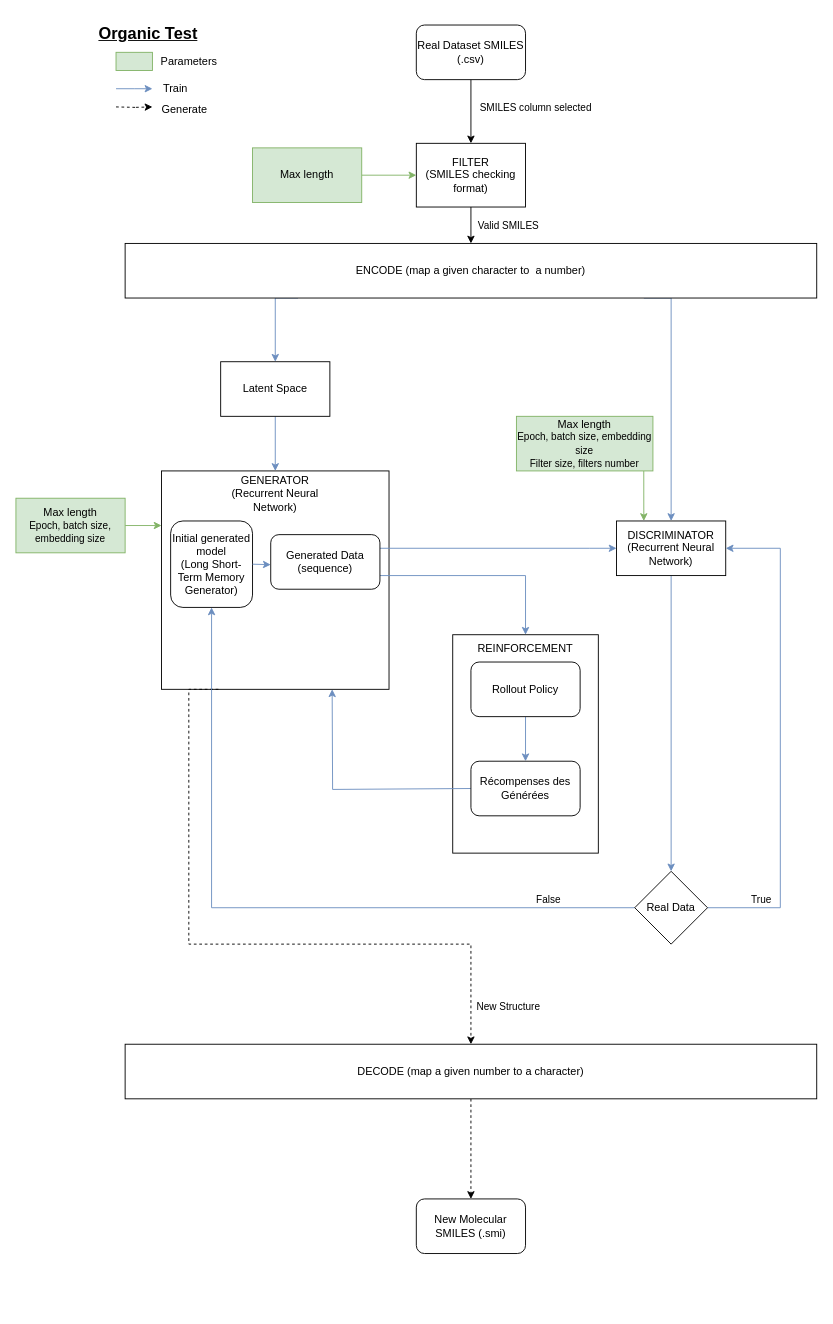
tahiri-lab/QSAR keeps this draw.io diagram as GAN.drawio. Above is the earlier version. Source tidied: cells renumbered, new cells numbered last; positions are measured from the earlier drawing's top-left corner, leaving out a move shared by most shapes. Both pictures are drawn from the tidied source at 91%, with x=0, y=0 at pixel (15, 15).
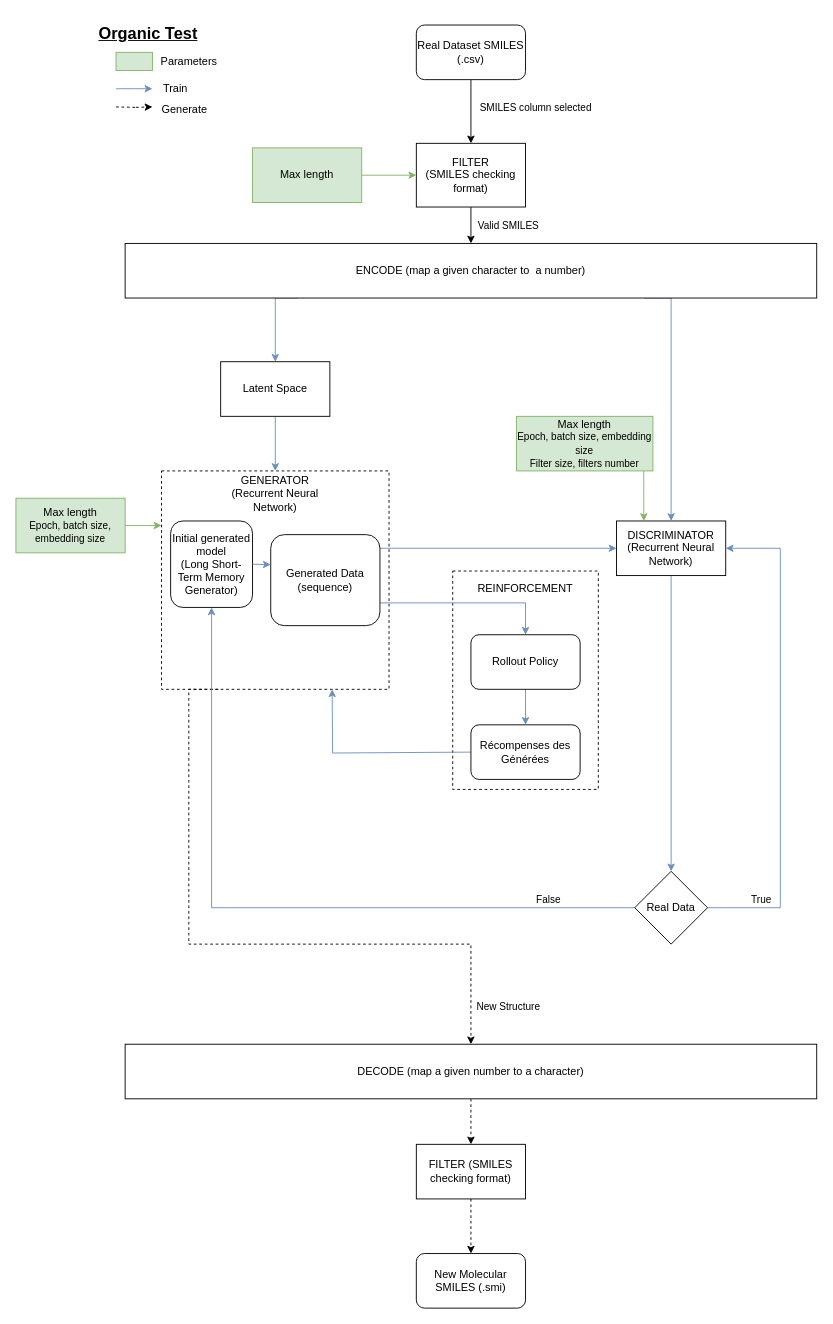
After the change.

Commit message:
Mettre à jour GAN.drawio

Unchanged cells that the change refers to:
```xml
<mxCell id="24" value="DECODE (map a given number to a character)" style="rounded=0;whiteSpace=wrap;html=1;" parent="1" vertex="1">
  <mxGeometry x="120" y="1130" width="760" height="60" as="geometry" />
</mxCell>
```

Diff of the diagram source:
```diff
@@
-    <mxCell id="2" style="rounded=0;whiteSpace=wrap;html=1;" parent="1" vertex="1">
+    <mxCell id="2" style="rounded=0;whiteSpace=wrap;html=1;dashed=1;" parent="1" vertex="1">
       <mxGeometry x="160" y="500" width="250" height="240" as="geometry" />
     </mxCell>
@@
-    <mxCell id="23" style="edgeStyle=orthogonalEdgeStyle;rounded=0;jettySize=auto;html=1;exitX=0.5;exitY=1;exitDx=0;exitDy=0;dashed=1;" parent="1" edge="1" source="24" target="25">
+    <mxCell id="23" style="edgeStyle=orthogonalEdgeStyle;rounded=0;jettySize=auto;html=1;exitX=0.5;exitY=1;exitDx=0;exitDy=0;dashed=1;entryX=0.5;entryY=0;entryDx=0;entryDy=0;" parent="1" edge="1" source="24" target="52">
       <mxGeometry relative="1" as="geometry" />
     </mxCell>
@@
     <mxCell id="25" value="New Molecular SMILES (.smi)" style="rounded=1;whiteSpace=wrap;html=1;" parent="1" vertex="1">
-      <mxGeometry x="440" y="1300" width="120" height="60" as="geometry" />
+      <mxGeometry x="440" y="1360" width="120" height="60" as="geometry" />
     </mxCell>
@@
-    <mxCell id="40" style="rounded=0;whiteSpace=wrap;html=1;" parent="1" vertex="1">
-      <mxGeometry x="480" y="680" width="160" height="240" as="geometry" />
+    <mxCell id="40" style="rounded=0;whiteSpace=wrap;html=1;dashed=1;" parent="1" vertex="1">
+      <mxGeometry x="480" y="610" width="160" height="240" as="geometry" />
     </mxCell>
-    <mxCell id="41" style="endArrow=classic;html=1;rounded=0;entryX=0.5;entryY=0;entryDx=0;entryDy=0;fillColor=#dae8fc;strokeColor=#6c8ebf;exitX=1;exitY=0.75;exitDx=0;exitDy=0;" parent="1" edge="1" source="45" target="40">
+    <mxCell id="41" style="endArrow=classic;html=1;rounded=0;fillColor=#dae8fc;strokeColor=#6c8ebf;exitX=1;exitY=0.75;exitDx=0;exitDy=0;entryX=0.5;entryY=0;entryDx=0;entryDy=0;" parent="1" edge="1" source="45" target="50">
       <mxGeometry relative="1" as="geometry">
         <Array as="points">
-          <mxPoint x="560" y="615" />
+          <mxPoint x="440" y="645" />
+          <mxPoint x="560" y="645" />
         </Array>
       </mxGeometry>
     </mxCell>
     <mxCell id="42" style="endArrow=classic;html=1;rounded=0;entryX=0.75;entryY=1;entryDx=0;entryDy=0;exitX=0;exitY=0.5;exitDx=0;exitDy=0;fillColor=#dae8fc;strokeColor=#6c8ebf;" parent="1" edge="1" source="51" target="2">
       <mxGeometry relative="1" as="geometry">
         <Array as="points">
-          <mxPoint x="348" y="850" />
+          <mxPoint x="348" y="810" />
         </Array>
       </mxGeometry>
     </mxCell>
@@
     <mxCell id="45" value="Generated Data (sequence)" style="rounded=1;whiteSpace=wrap;html=1;" parent="1" vertex="1">
-      <mxGeometry x="280" y="570" width="120" height="60" as="geometry" />
+      <mxGeometry x="280" y="570" width="120" height="100" as="geometry" />
     </mxCell>
@@
     <mxCell id="48" value="REINFORCEMENT" style="text;html=1;strokeColor=none;fillColor=none;align=center;verticalAlign=middle;whiteSpace=wrap;rounded=0;" parent="1" vertex="1">
-      <mxGeometry x="530" y="680" width="60" height="30" as="geometry" />
+      <mxGeometry x="530" y="615" width="60" height="30" as="geometry" />
     </mxCell>
@@
     <mxCell id="50" value="Rollout Policy" style="rounded=1;whiteSpace=wrap;html=1;" parent="1" vertex="1">
-      <mxGeometry x="500" y="710" width="120" height="60" as="geometry" />
+      <mxGeometry x="500" y="680" width="120" height="60" as="geometry" />
     </mxCell>
     <mxCell id="51" value="Récompenses des Générées" style="rounded=1;whiteSpace=wrap;html=1;" parent="1" vertex="1">
-      <mxGeometry x="500" y="819" width="120" height="60" as="geometry" />
+      <mxGeometry x="500" y="779" width="120" height="60" as="geometry" />
     </mxCell>
+    <mxCell id="52" value="FILTER (SMILES checking format)" style="rounded=0;whiteSpace=wrap;html=1;" parent="1" vertex="1">
+      <mxGeometry x="440" y="1240" width="120" height="60" as="geometry" />
+    </mxCell>
+    <mxCell id="53" style="edgeStyle=orthogonalEdgeStyle;rounded=0;jettySize=auto;html=1;exitX=0.5;exitY=1;exitDx=0;exitDy=0;dashed=1;entryX=0.5;entryY=0;entryDx=0;entryDy=0;" parent="1" edge="1" source="52" target="25">
+      <mxGeometry relative="1" as="geometry" />
+    </mxCell>
```
